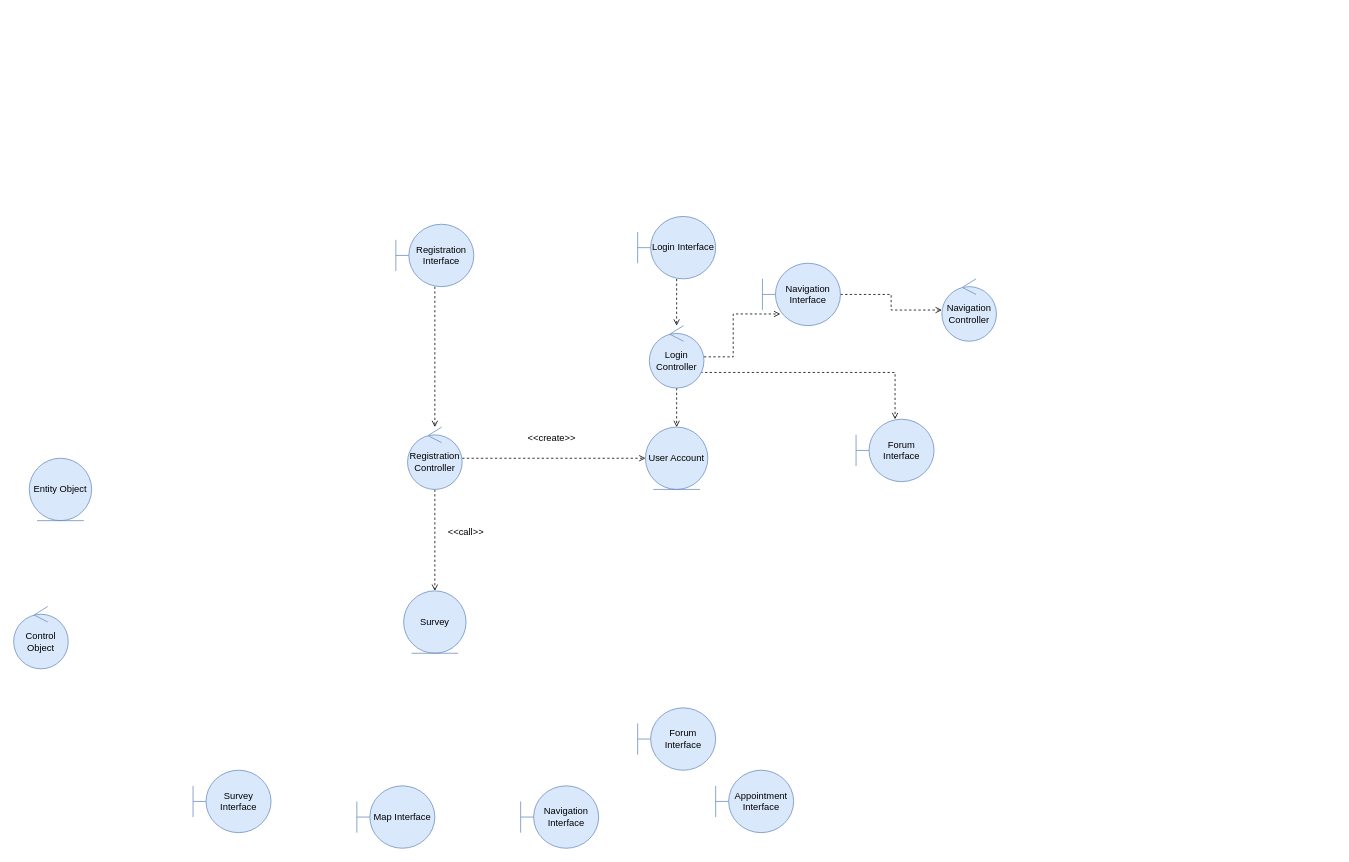
This is page "Page-3" (3 of 3) of Untitled Diagram.drawio from EliezerOng/CZ2006-Web-Devz, a draw.io file, before an edit. Source tidied: cells renumbered, new cells numbered last; positions are measured from the earlier drawing's top-left corner, leaving out a move shared by most shapes. Both pictures are drawn from the tidied source at 78%, with x=0, y=0 at pixel (13, 216).
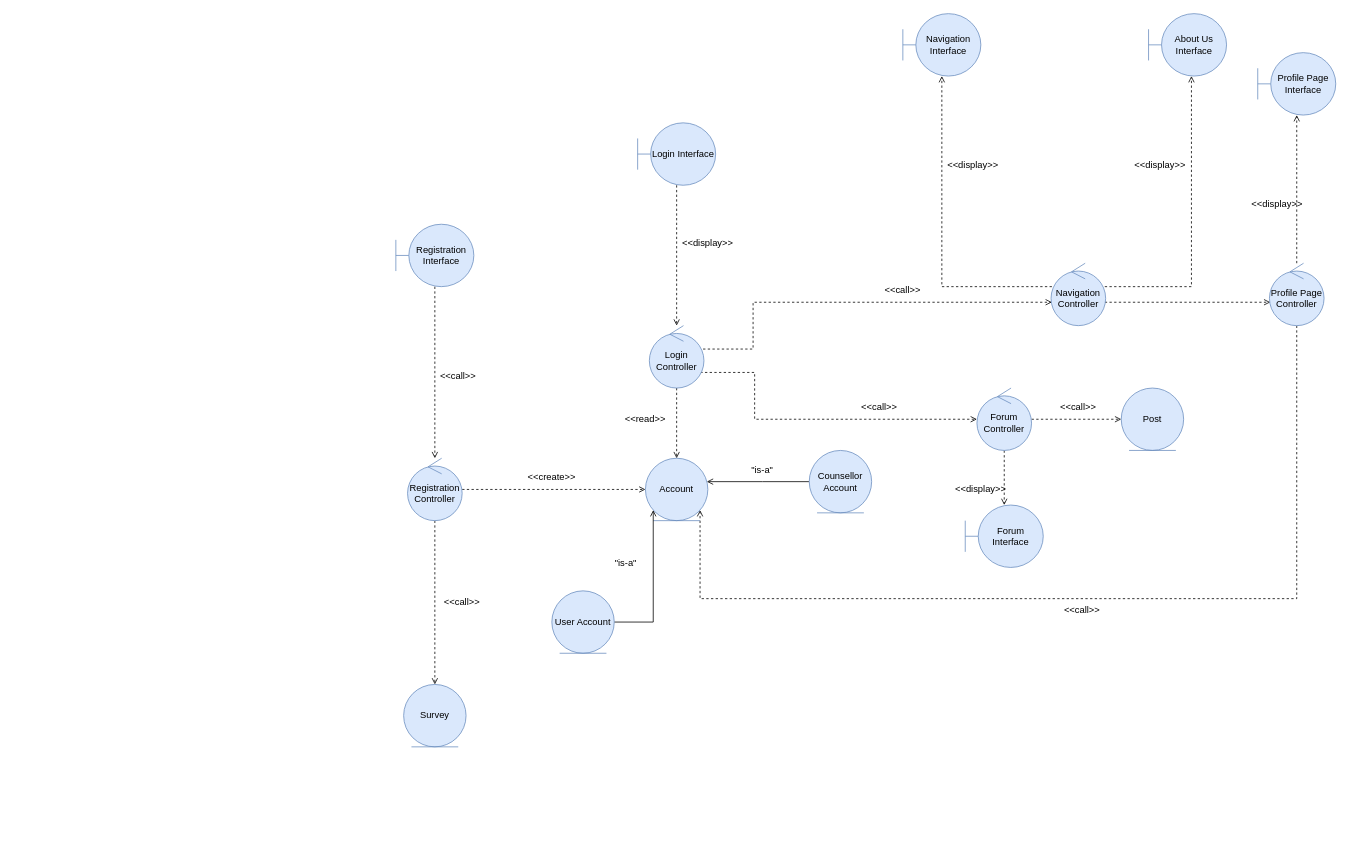
After the change.

Unchanged cells that the change refers to:
```xml
<mxCell id="23" value="Login Controller" style="ellipse;shape=umlControl;whiteSpace=wrap;html=1;fillColor=#dae8fc;strokeColor=#6c8ebf;" parent="1" vertex="1">
  <mxGeometry x="815" y="140" width="70" height="80" as="geometry" />
</mxCell>
```

The edit, as a diff of the source:
```diff
@@
-    <mxCell id="2" value="Entity Object" style="ellipse;shape=umlEntity;whiteSpace=wrap;html=1;fillColor=#dae8fc;strokeColor=#6c8ebf;" parent="1" vertex="1">
-      <mxGeometry x="20" y="310" width="80" height="80" as="geometry" />
-    </mxCell>
@@
     <mxCell id="4" value="Login Interface" style="shape=umlBoundary;whiteSpace=wrap;html=1;fillColor=#dae8fc;strokeColor=#6c8ebf;" parent="1" vertex="1">
-      <mxGeometry x="800" width="100" height="80" as="geometry" />
+      <mxGeometry x="800" y="-120" width="100" height="80" as="geometry" />
     </mxCell>
-    <mxCell id="5" value="Control Object" style="ellipse;shape=umlControl;whiteSpace=wrap;html=1;fillColor=#dae8fc;strokeColor=#6c8ebf;" parent="1" vertex="1">
-      <mxGeometry y="500" width="70" height="80" as="geometry" />
-    </mxCell>
@@
-    <mxCell id="8" value="Survey Interface" style="shape=umlBoundary;whiteSpace=wrap;html=1;fillColor=#dae8fc;strokeColor=#6c8ebf;" parent="1" vertex="1">
-      <mxGeometry x="230" y="710" width="100" height="80" as="geometry" />
-    </mxCell>
-    <mxCell id="9" value="Appointment Interface" style="shape=umlBoundary;whiteSpace=wrap;html=1;fillColor=#dae8fc;strokeColor=#6c8ebf;" parent="1" vertex="1">
-      <mxGeometry x="900" y="710" width="100" height="80" as="geometry" />
-    </mxCell>
-    <mxCell id="10" value="Map Interface" style="shape=umlBoundary;whiteSpace=wrap;html=1;fillColor=#dae8fc;strokeColor=#6c8ebf;" parent="1" vertex="1">
-      <mxGeometry x="440" y="730" width="100" height="80" as="geometry" />
-    </mxCell>
-    <mxCell id="11" value="Forum Interface" style="shape=umlBoundary;whiteSpace=wrap;html=1;fillColor=#dae8fc;strokeColor=#6c8ebf;" parent="1" vertex="1">
-      <mxGeometry x="800" y="630" width="100" height="80" as="geometry" />
-    </mxCell>
-    <mxCell id="12" value="Navigation Interface" style="shape=umlBoundary;whiteSpace=wrap;html=1;fillColor=#dae8fc;strokeColor=#6c8ebf;" parent="1" vertex="1">
-      <mxGeometry x="650" y="730" width="100" height="80" as="geometry" />
-    </mxCell>
@@
     <mxCell id="15" value="Registration Controller" style="ellipse;shape=umlControl;whiteSpace=wrap;html=1;fillColor=#dae8fc;strokeColor=#6c8ebf;" parent="1" vertex="1">
-      <mxGeometry x="505" y="270" width="70" height="80" as="geometry" />
+      <mxGeometry x="505" y="310" width="70" height="80" as="geometry" />
     </mxCell>
+    <mxCell id="28" style="edgeStyle=orthogonalEdgeStyle;rounded=0;jettySize=auto;html=1;dashed=1;endArrow=open;endFill=0;" parent="1" edge="1" source="53" target="16">
+      <mxGeometry relative="1" as="geometry">
+        <Array as="points">
+          <mxPoint x="1645" y="490" />
+          <mxPoint x="880" y="490" />
+        </Array>
+      </mxGeometry>
+    </mxCell>
-    <mxCell id="16" value="User Account" style="ellipse;shape=umlEntity;whiteSpace=wrap;html=1;fillColor=#dae8fc;strokeColor=#6c8ebf;" parent="1" vertex="1">
-      <mxGeometry x="810" y="270" width="80" height="80" as="geometry" />
+    <mxCell id="16" value="Account" style="ellipse;shape=umlEntity;whiteSpace=wrap;html=1;fillColor=#dae8fc;strokeColor=#6c8ebf;" parent="1" vertex="1">
+      <mxGeometry x="810" y="310" width="80" height="80" as="geometry" />
     </mxCell>
     <mxCell id="17" value="Survey" style="ellipse;shape=umlEntity;whiteSpace=wrap;html=1;fillColor=#dae8fc;strokeColor=#6c8ebf;" parent="1" vertex="1">
-      <mxGeometry x="500" y="480" width="80" height="80" as="geometry" />
+      <mxGeometry x="500" y="600" width="80" height="80" as="geometry" />
     </mxCell>
     <mxCell id="18" value="&amp;lt;&amp;lt;create&amp;gt;&amp;gt;" style="text;html=1;strokeColor=none;fillColor=none;align=center;verticalAlign=middle;whiteSpace=wrap;rounded=0;" parent="1" vertex="1">
-      <mxGeometry x="660" y="270" width="60" height="30" as="geometry" />
+      <mxGeometry x="660" y="320" width="60" height="30" as="geometry" />
     </mxCell>
     <mxCell id="19" value="&amp;lt;&amp;lt;call&amp;gt;&amp;gt;" style="text;html=1;strokeColor=none;fillColor=none;align=center;verticalAlign=middle;whiteSpace=wrap;rounded=0;" parent="1" vertex="1">
-      <mxGeometry x="550" y="390" width="60" height="30" as="geometry" />
+      <mxGeometry x="545" y="480" width="60" height="30" as="geometry" />
     </mxCell>
@@
-    <mxCell id="21" style="edgeStyle=orthogonalEdgeStyle;rounded=0;jettySize=auto;html=1;dashed=1;endArrow=open;endFill=0;" parent="1" edge="1" source="23" target="24">
-      <mxGeometry relative="1" as="geometry">
-        <Array as="points">
-          <mxPoint x="1130" y="200" />
-        </Array>
-      </mxGeometry>
-    </mxCell>
-    <mxCell id="22" style="edgeStyle=orthogonalEdgeStyle;rounded=0;jettySize=auto;html=1;dashed=1;endArrow=open;endFill=0;entryX=0.228;entryY=0.813;entryDx=0;entryDy=0;entryPerimeter=0;" parent="1" edge="1" source="23" target="26">
-      <mxGeometry relative="1" as="geometry" />
-    </mxCell>
+    <mxCell id="29" style="edgeStyle=orthogonalEdgeStyle;rounded=0;jettySize=auto;html=1;dashed=1;endArrow=open;endFill=0;" parent="1" edge="1" source="23" target="27">
+      <mxGeometry relative="1" as="geometry">
+        <Array as="points">
+          <mxPoint x="948" y="170" />
+          <mxPoint x="948" y="110" />
+        </Array>
+      </mxGeometry>
+    </mxCell>
+    <mxCell id="30" style="edgeStyle=orthogonalEdgeStyle;rounded=0;jettySize=auto;html=1;dashed=1;endArrow=open;endFill=0;" parent="1" edge="1" source="23" target="36">
+      <mxGeometry relative="1" as="geometry">
+        <Array as="points">
+          <mxPoint x="950" y="200" />
+          <mxPoint x="950" y="260" />
+        </Array>
+      </mxGeometry>
+    </mxCell>
@@
     <mxCell id="24" value="Forum Interface" style="shape=umlBoundary;whiteSpace=wrap;html=1;fillColor=#dae8fc;strokeColor=#6c8ebf;" parent="1" vertex="1">
-      <mxGeometry x="1080" y="260" width="100" height="80" as="geometry" />
+      <mxGeometry x="1220" y="370" width="100" height="80" as="geometry" />
     </mxCell>
-    <mxCell id="25" style="edgeStyle=orthogonalEdgeStyle;rounded=0;jettySize=auto;html=1;dashed=1;endArrow=open;endFill=0;" parent="1" edge="1" source="26" target="27">
-      <mxGeometry relative="1" as="geometry" />
-    </mxCell>
     <mxCell id="26" value="Navigation Interface" style="shape=umlBoundary;whiteSpace=wrap;html=1;fillColor=#dae8fc;strokeColor=#6c8ebf;" parent="1" vertex="1">
-      <mxGeometry x="960" y="60" width="100" height="80" as="geometry" />
+      <mxGeometry x="1140" y="-260" width="100" height="80" as="geometry" />
     </mxCell>
+    <mxCell id="31" style="edgeStyle=orthogonalEdgeStyle;rounded=0;jettySize=auto;html=1;endArrow=open;endFill=0;dashed=1;" parent="1" edge="1" source="27" target="53">
+      <mxGeometry relative="1" as="geometry">
+        <Array as="points">
+          <mxPoint x="1470" y="110" />
+          <mxPoint x="1470" y="110" />
+        </Array>
+      </mxGeometry>
+    </mxCell>
+    <mxCell id="32" style="edgeStyle=orthogonalEdgeStyle;rounded=0;jettySize=auto;html=1;dashed=1;endArrow=open;endFill=0;" parent="1" edge="1" source="27" target="26">
+      <mxGeometry relative="1" as="geometry">
+        <Array as="points">
+          <mxPoint x="1190" y="90" />
+        </Array>
+      </mxGeometry>
+    </mxCell>
+    <mxCell id="33" style="edgeStyle=orthogonalEdgeStyle;rounded=0;jettySize=auto;html=1;dashed=1;endArrow=open;endFill=0;" parent="1" edge="1" source="27" target="56">
+      <mxGeometry relative="1" as="geometry">
+        <Array as="points">
+          <mxPoint x="1510" y="90" />
+        </Array>
+      </mxGeometry>
+    </mxCell>
     <mxCell id="27" value="Navigation Controller" style="ellipse;shape=umlControl;whiteSpace=wrap;html=1;fillColor=#dae8fc;strokeColor=#6c8ebf;" parent="1" vertex="1">
-      <mxGeometry x="1190" y="80" width="70" height="80" as="geometry" />
+      <mxGeometry x="1330" y="60" width="70" height="80" as="geometry" />
     </mxCell>
+    <mxCell id="34" style="edgeStyle=orthogonalEdgeStyle;rounded=0;jettySize=auto;html=1;dashed=1;endArrow=open;endFill=0;" parent="1" edge="1" source="36" target="24">
+      <mxGeometry relative="1" as="geometry" />
+    </mxCell>
+    <mxCell id="35" style="edgeStyle=orthogonalEdgeStyle;rounded=0;jettySize=auto;html=1;dashed=1;endArrow=open;endFill=0;" parent="1" edge="1" source="36" target="44">
+      <mxGeometry relative="1" as="geometry" />
+    </mxCell>
+    <mxCell id="36" value="Forum Controller" style="ellipse;shape=umlControl;whiteSpace=wrap;html=1;fillColor=#dae8fc;strokeColor=#6c8ebf;" parent="1" vertex="1">
+      <mxGeometry x="1235" y="220" width="70" height="80" as="geometry" />
+    </mxCell>
+    <mxCell id="37" value="&amp;lt;&amp;lt;display&amp;gt;&amp;gt;" style="text;html=1;strokeColor=none;fillColor=none;align=center;verticalAlign=middle;whiteSpace=wrap;rounded=0;" parent="1" vertex="1">
+      <mxGeometry x="1210" y="335" width="60" height="30" as="geometry" />
+    </mxCell>
+    <mxCell id="38" value="&amp;lt;&amp;lt;call&amp;gt;&amp;gt;" style="text;html=1;strokeColor=none;fillColor=none;align=center;verticalAlign=middle;whiteSpace=wrap;rounded=0;" parent="1" vertex="1">
+      <mxGeometry x="1080" y="230" width="60" height="30" as="geometry" />
+    </mxCell>
+    <mxCell id="39" value="&amp;lt;&amp;lt;call&amp;gt;&amp;gt;" style="text;html=1;strokeColor=none;fillColor=none;align=center;verticalAlign=middle;whiteSpace=wrap;rounded=0;" parent="1" vertex="1">
+      <mxGeometry x="1110" y="80" width="60" height="30" as="geometry" />
+    </mxCell>
+    <mxCell id="40" value="&amp;lt;&amp;lt;display&amp;gt;&amp;gt;" style="text;html=1;strokeColor=none;fillColor=none;align=center;verticalAlign=middle;whiteSpace=wrap;rounded=0;" parent="1" vertex="1">
+      <mxGeometry x="1200" y="-80" width="60" height="30" as="geometry" />
+    </mxCell>
+    <mxCell id="41" value="&amp;lt;&amp;lt;display&amp;gt;&amp;gt;" style="text;html=1;strokeColor=none;fillColor=none;align=center;verticalAlign=middle;whiteSpace=wrap;rounded=0;" parent="1" vertex="1">
+      <mxGeometry x="860" y="20" width="60" height="30" as="geometry" />
+    </mxCell>
+    <mxCell id="42" value="&amp;lt;&amp;lt;call&amp;gt;&amp;gt;" style="text;html=1;strokeColor=none;fillColor=none;align=center;verticalAlign=middle;whiteSpace=wrap;rounded=0;" parent="1" vertex="1">
+      <mxGeometry x="540" y="190" width="60" height="30" as="geometry" />
+    </mxCell>
+    <mxCell id="43" value="&amp;lt;&amp;lt;read&amp;gt;&amp;gt;" style="text;html=1;strokeColor=none;fillColor=none;align=center;verticalAlign=middle;whiteSpace=wrap;rounded=0;" parent="1" vertex="1">
+      <mxGeometry x="780" y="245" width="60" height="30" as="geometry" />
+    </mxCell>
+    <mxCell id="44" value="Post" style="ellipse;shape=umlEntity;whiteSpace=wrap;html=1;fillColor=#dae8fc;strokeColor=#6c8ebf;" parent="1" vertex="1">
+      <mxGeometry x="1420" y="220" width="80" height="80" as="geometry" />
+    </mxCell>
+    <mxCell id="45" value="&amp;lt;&amp;lt;call&amp;gt;&amp;gt;" style="text;html=1;strokeColor=none;fillColor=none;align=center;verticalAlign=middle;whiteSpace=wrap;rounded=0;" parent="1" vertex="1">
+      <mxGeometry x="1335" y="230" width="60" height="30" as="geometry" />
+    </mxCell>
+    <mxCell id="46" style="edgeStyle=orthogonalEdgeStyle;rounded=0;jettySize=auto;html=1;endArrow=open;endFill=0;" parent="1" edge="1" source="47" target="16">
+      <mxGeometry relative="1" as="geometry">
+        <Array as="points">
+          <mxPoint x="820" y="520" />
+        </Array>
+      </mxGeometry>
+    </mxCell>
+    <mxCell id="47" value="User Account" style="ellipse;shape=umlEntity;whiteSpace=wrap;html=1;fillColor=#dae8fc;strokeColor=#6c8ebf;" parent="1" vertex="1">
+      <mxGeometry x="690" y="480" width="80" height="80" as="geometry" />
+    </mxCell>
+    <mxCell id="48" style="edgeStyle=orthogonalEdgeStyle;rounded=0;jettySize=auto;html=1;endArrow=open;endFill=0;" parent="1" edge="1" source="49" target="16">
+      <mxGeometry relative="1" as="geometry">
+        <Array as="points">
+          <mxPoint x="960" y="340" />
+          <mxPoint x="960" y="340" />
+        </Array>
+      </mxGeometry>
+    </mxCell>
+    <mxCell id="49" value="Counsellor Account" style="ellipse;shape=umlEntity;whiteSpace=wrap;html=1;fillColor=#dae8fc;strokeColor=#6c8ebf;" parent="1" vertex="1">
+      <mxGeometry x="1020" y="300" width="80" height="80" as="geometry" />
+    </mxCell>
+    <mxCell id="50" value="&quot;is-a&quot;" style="text;html=1;strokeColor=none;fillColor=none;align=center;verticalAlign=middle;whiteSpace=wrap;rounded=0;" parent="1" vertex="1">
+      <mxGeometry x="930" y="310" width="60" height="30" as="geometry" />
+    </mxCell>
+    <mxCell id="51" value="&quot;is-a&quot;" style="text;html=1;strokeColor=none;fillColor=none;align=center;verticalAlign=middle;whiteSpace=wrap;rounded=0;" parent="1" vertex="1">
+      <mxGeometry x="755" y="430" width="60" height="30" as="geometry" />
+    </mxCell>
+    <mxCell id="52" style="edgeStyle=orthogonalEdgeStyle;rounded=0;jettySize=auto;html=1;dashed=1;endArrow=open;endFill=0;" parent="1" edge="1" source="53" target="54">
+      <mxGeometry relative="1" as="geometry" />
+    </mxCell>
+    <mxCell id="53" value="Profile Page Controller" style="ellipse;shape=umlControl;whiteSpace=wrap;html=1;fillColor=#dae8fc;strokeColor=#6c8ebf;" parent="1" vertex="1">
+      <mxGeometry x="1610" y="60" width="70" height="80" as="geometry" />
+    </mxCell>
+    <mxCell id="54" value="Profile Page Interface" style="shape=umlBoundary;whiteSpace=wrap;html=1;fillColor=#dae8fc;strokeColor=#6c8ebf;" parent="1" vertex="1">
+      <mxGeometry x="1595" y="-210" width="100" height="80" as="geometry" />
+    </mxCell>
+    <mxCell id="55" value="&amp;lt;&amp;lt;display&amp;gt;&amp;gt;" style="text;html=1;strokeColor=none;fillColor=none;align=center;verticalAlign=middle;whiteSpace=wrap;rounded=0;" parent="1" vertex="1">
+      <mxGeometry x="1590" y="-30" width="60" height="30" as="geometry" />
+    </mxCell>
+    <mxCell id="56" value="About Us Interface" style="shape=umlBoundary;whiteSpace=wrap;html=1;fillColor=#dae8fc;strokeColor=#6c8ebf;" parent="1" vertex="1">
+      <mxGeometry x="1455" y="-260" width="100" height="80" as="geometry" />
+    </mxCell>
+    <mxCell id="57" value="&amp;lt;&amp;lt;display&amp;gt;&amp;gt;" style="text;html=1;strokeColor=none;fillColor=none;align=center;verticalAlign=middle;whiteSpace=wrap;rounded=0;" parent="1" vertex="1">
+      <mxGeometry x="1440" y="-80" width="60" height="30" as="geometry" />
+    </mxCell>
+    <mxCell id="58" value="&amp;lt;&amp;lt;call&amp;gt;&amp;gt;" style="text;html=1;strokeColor=none;fillColor=none;align=center;verticalAlign=middle;whiteSpace=wrap;rounded=0;" parent="1" vertex="1">
+      <mxGeometry x="1340" y="490" width="60" height="30" as="geometry" />
+    </mxCell>
```
